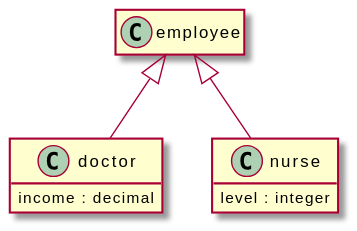
Above: src/docs/tests/one-of-class-level.puml.svg in davidmoten/openapi-to-plantuml (PlantUML), before the change.
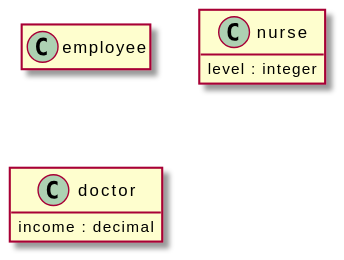
After the commit.

The edit, as a diff of the source:
```diff
@@ -6,10 +6,6 @@
 
 class "employee" {
 }
-
-"employee" <|-- "doctor"
-
-"employee" <|-- "nurse"
 
 class "nurse" {
   level : integer
```
